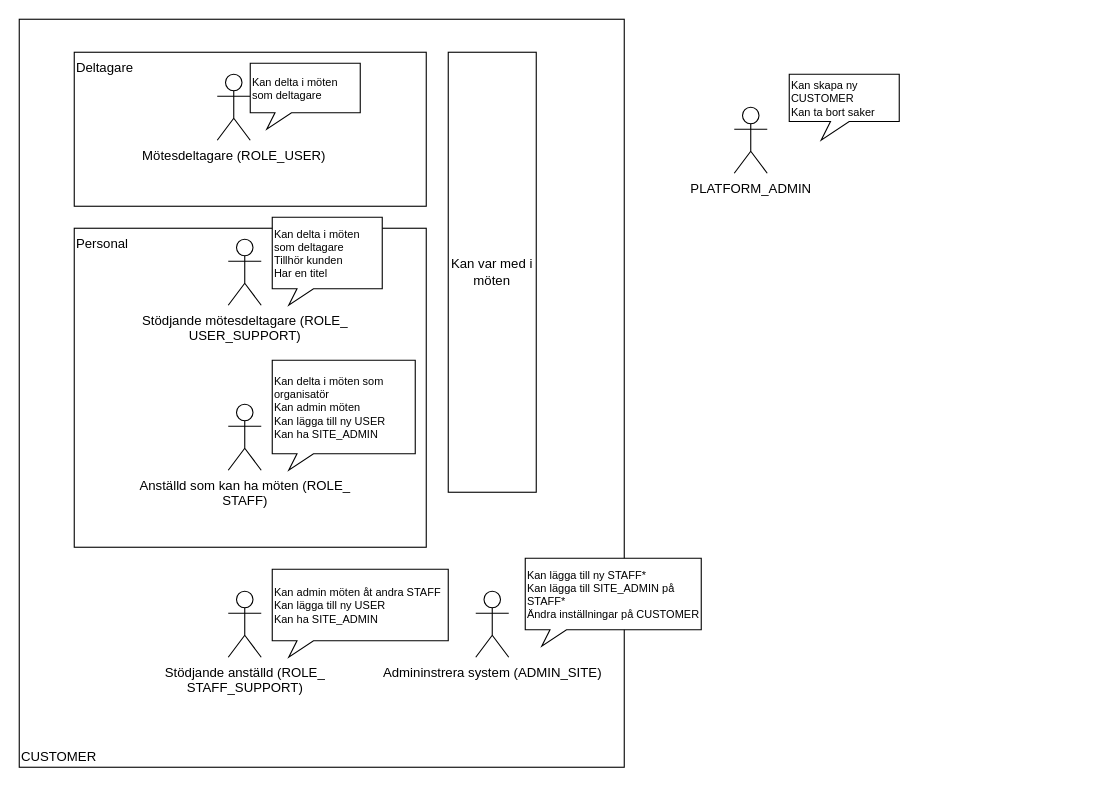
Above: Untitled Diagram.drawio in npettersson/sandbox (draw.io), before the change. Source tidied: cells renumbered, new cells numbered last; positions are measured from the earlier drawing's top-left corner, leaving out a move shared by most shapes. Both pictures are drawn from the tidied source at 110%, with x=0, y=0 at pixel (19, 19).
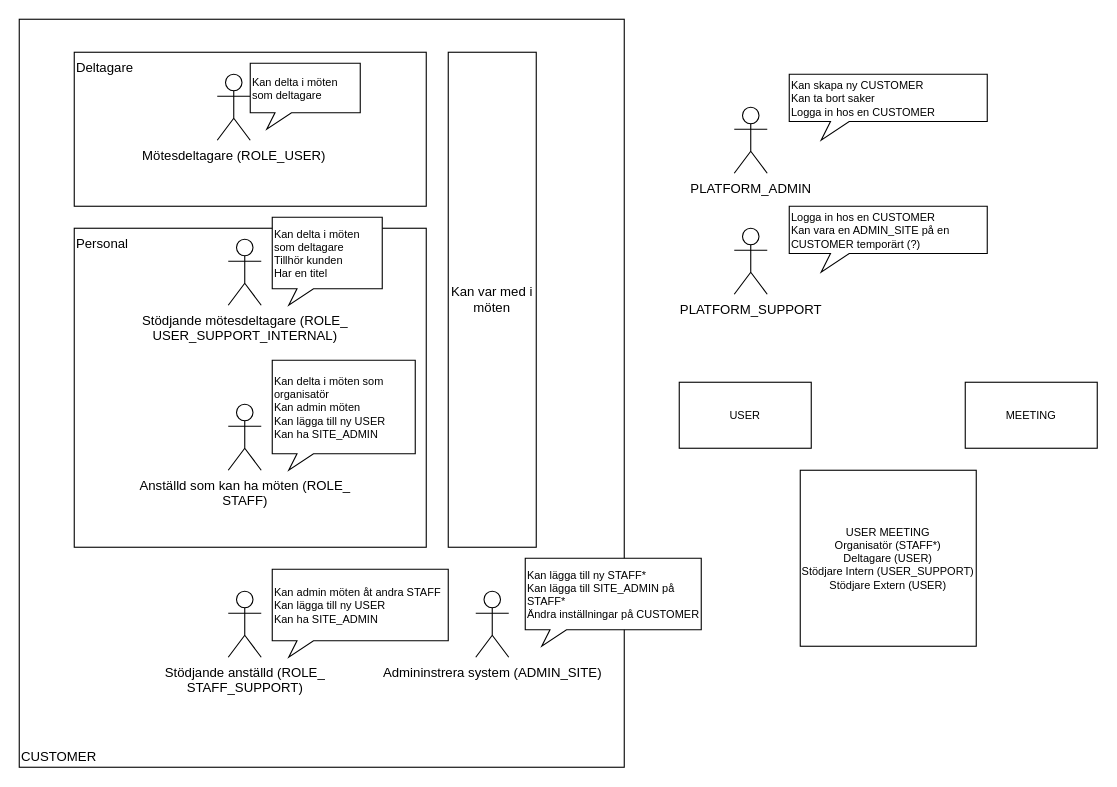
The same page after the edit.

The edit, as a diff of the source:
```diff
@@
-    <mxCell id="6" value="Stödjande mötesdeltagare (ROLE_&lt;br&gt;USER_SUPPORT)" style="shape=umlActor;verticalLabelPosition=bottom;verticalAlign=top;html=1;" parent="1" vertex="1">
+    <mxCell id="6" value="Stödjande mötesdeltagare (ROLE_&lt;br&gt;USER_SUPPORT_INTERNAL)" style="shape=umlActor;verticalLabelPosition=bottom;verticalAlign=top;html=1;" parent="1" vertex="1">
       <mxGeometry x="190" y="200" width="30" height="60" as="geometry" />
     </mxCell>
@@
     <mxCell id="9" value="Kan var med i möten" style="rounded=0;whiteSpace=wrap;html=1;" parent="1" vertex="1">
-      <mxGeometry x="390" y="30" width="80" height="400" as="geometry" />
+      <mxGeometry x="390" y="30" width="80" height="450" as="geometry" />
     </mxCell>
@@
-    <mxCell id="17" value="Kan skapa ny CUSTOMER&lt;br&gt;Kan ta bort saker" style="whiteSpace=wrap;html=1;shape=mxgraph.basic.rectCallout;dx=46;dy=17;boundedLbl=1;fontSize=10;align=left;" parent="1" vertex="1">
-      <mxGeometry x="700" y="50" width="100" height="60" as="geometry" />
+    <mxCell id="17" value="Kan skapa ny CUSTOMER&lt;br&gt;Kan ta bort saker&lt;br&gt;Logga in hos en CUSTOMER" style="whiteSpace=wrap;html=1;shape=mxgraph.basic.rectCallout;dx=46;dy=17;boundedLbl=1;fontSize=10;align=left;" parent="1" vertex="1">
+      <mxGeometry x="700" y="50" width="180" height="60" as="geometry" />
     </mxCell>
+    <mxCell id="18" value="PLATFORM_SUPPORT" style="shape=umlActor;verticalLabelPosition=bottom;verticalAlign=top;html=1;align=center;" parent="1" vertex="1">
+      <mxGeometry x="650" y="190" width="30" height="60" as="geometry" />
+    </mxCell>
+    <mxCell id="19" value="Logga in hos en CUSTOMER&lt;br&gt;Kan vara en ADMIN_SITE på en CUSTOMER temporärt (?)" style="whiteSpace=wrap;html=1;shape=mxgraph.basic.rectCallout;dx=46;dy=17;boundedLbl=1;fontSize=10;align=left;" parent="1" vertex="1">
+      <mxGeometry x="700" y="170" width="180" height="60" as="geometry" />
+    </mxCell>
+    <mxCell id="20" value="USER" style="rounded=0;whiteSpace=wrap;html=1;fontSize=10;align=center;" parent="1" vertex="1">
+      <mxGeometry x="600" y="330" width="120" height="60" as="geometry" />
+    </mxCell>
+    <mxCell id="21" value="MEETING" style="rounded=0;whiteSpace=wrap;html=1;fontSize=10;align=center;" parent="1" vertex="1">
+      <mxGeometry x="860" y="330" width="120" height="60" as="geometry" />
+    </mxCell>
+    <mxCell id="22" value="USER MEETING&lt;br&gt;Organisatör (STAFF*)&lt;br&gt;Deltagare (USER)&lt;br&gt;Stödjare Intern (USER_SUPPORT)&lt;br&gt;Stödjare Extern (USER)" style="whiteSpace=wrap;html=1;fontSize=10;align=center;" parent="1" vertex="1">
+      <mxGeometry x="710" y="410" width="160" height="160" as="geometry" />
+    </mxCell>
```
